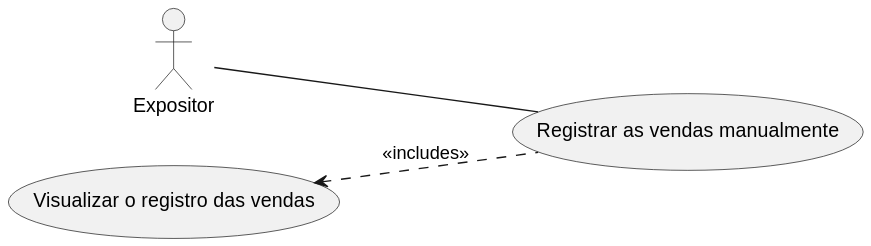
Before: specs/casos_de_uso/svg/uml_uc8.svg, a diagram exported from PlantUML (Phenrique-sousa/APS-documents).
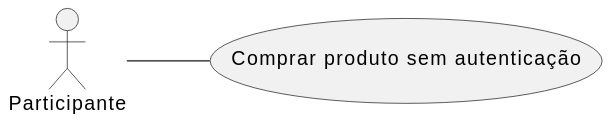
The same file after the commit.

Diff of the diagram source:
```diff
@@ -1,12 +1,9 @@
 @startuml
 left to right direction
 
-actor "Expositor" as Usuario
+actor "Participante" as Usuario
 
-usecase "Registrar as vendas manualmente" as UC1
-usecase "Visualizar o registro das vendas" as UC2
+usecase "Comprar produto sem autenticação" as UC9
 
-Usuario -- UC1
-
-UC2 <.. UC1 : <<includes>>
+Usuario -- UC9
 @enduml
```
